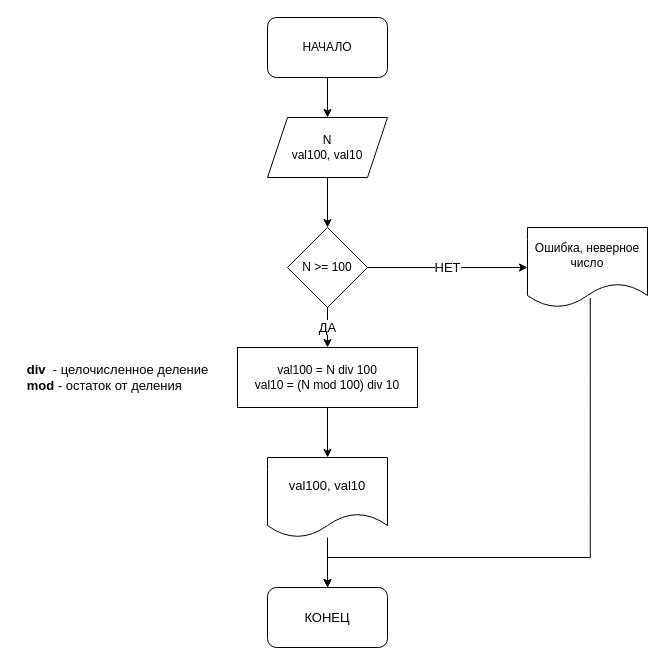
Earlier version of the draw.io diagram Algorytm/Lesson_03/Addon_task/Task_02/L3.Addon.task2.drawio (jokerjam-s/GeekBrainst). Source tidied: cells renumbered, new cells numbered last; positions are measured from the earlier drawing's top-left corner, leaving out a move shared by most shapes. Both pictures are drawn from the tidied source at 100%, with x=0, y=0 at pixel (17, 17).
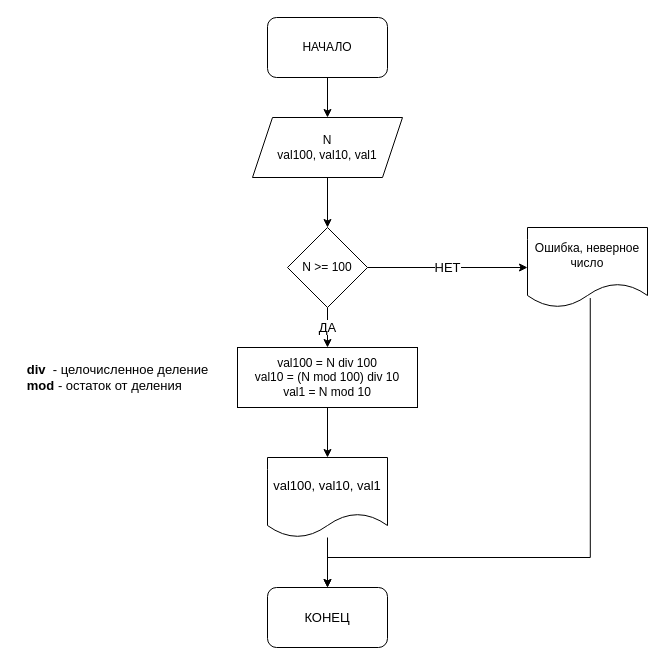
The same page after the edit.

Diff of the diagram source:
```diff
@@
 <mxGraphModel>
   <root>
     <mxCell id="0" />
     <mxCell id="1" parent="0" />
     <mxCell id="2" style="edgeStyle=orthogonalEdgeStyle;rounded=0;jettySize=auto;html=1;exitX=0.5;exitY=1;exitDx=0;exitDy=0;entryX=0.5;entryY=0;entryDx=0;entryDy=0;fontSize=13;" parent="1" edge="1" source="3" target="5">
       <mxGeometry relative="1" as="geometry" />
     </mxCell>
     <mxCell id="3" value="НАЧАЛО" style="rounded=1;whiteSpace=wrap;html=1;" parent="1" vertex="1">
       <mxGeometry x="250" width="120" height="60" as="geometry" />
     </mxCell>
     <mxCell id="4" style="edgeStyle=orthogonalEdgeStyle;rounded=0;jettySize=auto;html=1;exitX=0.5;exitY=1;exitDx=0;exitDy=0;entryX=0.5;entryY=0;entryDx=0;entryDy=0;fontSize=13;" parent="1" edge="1" source="5" target="8">
       <mxGeometry relative="1" as="geometry" />
     </mxCell>
-    <mxCell id="5" value="N&lt;br&gt;val100, val10" style="shape=parallelogram;perimeter=parallelogramPerimeter;whiteSpace=wrap;html=1;fixedSize=1;" parent="1" vertex="1">
-      <mxGeometry x="250" y="100" width="120" height="60" as="geometry" />
+    <mxCell id="5" value="N&lt;br&gt;val100, val10, val1" style="shape=parallelogram;perimeter=parallelogramPerimeter;whiteSpace=wrap;html=1;fixedSize=1;" parent="1" vertex="1">
+      <mxGeometry x="235" y="100" width="150" height="60" as="geometry" />
     </mxCell>
     <mxCell id="6" value="НЕТ" style="edgeStyle=orthogonalEdgeStyle;rounded=0;jettySize=auto;html=1;exitX=1;exitY=0.5;exitDx=0;exitDy=0;entryX=0;entryY=0.5;entryDx=0;entryDy=0;fontSize=13;" parent="1" edge="1" source="8" target="9">
       <mxGeometry relative="1" as="geometry" />
     </mxCell>
     <mxCell id="7" value="ДА" style="edgeStyle=orthogonalEdgeStyle;rounded=0;jettySize=auto;html=1;exitX=0.5;exitY=1;exitDx=0;exitDy=0;entryX=0.5;entryY=0;entryDx=0;entryDy=0;fontSize=13;" parent="1" edge="1" source="8" target="11">
       <mxGeometry relative="1" as="geometry" />
     </mxCell>
     <mxCell id="8" value="N &amp;gt;= 100" style="rhombus;whiteSpace=wrap;html=1;" parent="1" vertex="1">
       <mxGeometry x="270" y="210" width="80" height="80" as="geometry" />
     </mxCell>
     <mxCell id="9" value="Ошибка, неверное число" style="shape=document;whiteSpace=wrap;html=1;boundedLbl=1;" parent="1" vertex="1">
       <mxGeometry x="510" y="210" width="120" height="80" as="geometry" />
     </mxCell>
     <mxCell id="10" style="edgeStyle=orthogonalEdgeStyle;rounded=0;jettySize=auto;html=1;exitX=0.5;exitY=1;exitDx=0;exitDy=0;entryX=0.5;entryY=0;entryDx=0;entryDy=0;fontSize=13;" parent="1" edge="1" source="11" target="15">
       <mxGeometry relative="1" as="geometry" />
     </mxCell>
-    <mxCell id="11" value="val100 = N div 100&lt;br&gt;val10 = (N mod 100) div 10" style="rounded=0;whiteSpace=wrap;html=1;" parent="1" vertex="1">
+    <mxCell id="11" value="val100 = N div 100&lt;br&gt;val10 = (N mod 100) div 10&lt;br&gt;val1 = N mod 10" style="rounded=0;whiteSpace=wrap;html=1;" parent="1" vertex="1">
       <mxGeometry x="220" y="330" width="180" height="60" as="geometry" />
     </mxCell>
     <mxCell id="12" value="&lt;b style=&quot;font-size: 13px;&quot;&gt;div&lt;/b&gt;&amp;nbsp; - целочисленное деление&lt;br style=&quot;font-size: 13px;&quot;&gt;&lt;div style=&quot;text-align: left; font-size: 13px;&quot;&gt;&lt;span style=&quot;font-size: 13px;&quot;&gt;&lt;b style=&quot;font-size: 13px;&quot;&gt;mod&lt;/b&gt; - остаток от деления&lt;/span&gt;&lt;/div&gt;" style="text;html=1;align=center;verticalAlign=middle;fillColor=none;strokeColor=none;rounded=0;fontSize=13;" parent="1" vertex="1">
       <mxGeometry y="340" width="200" height="40" as="geometry" />
     </mxCell>
     <mxCell id="13" style="edgeStyle=orthogonalEdgeStyle;rounded=0;jettySize=auto;html=1;entryX=0.5;entryY=0;entryDx=0;entryDy=0;fontSize=13;exitX=0.523;exitY=0.882;exitDx=0;exitDy=0;exitPerimeter=0;" parent="1" edge="1" source="9" target="16">
       <mxGeometry relative="1" as="geometry">
         <Array as="points">
           <mxPoint x="573" y="540" />
           <mxPoint x="310" y="540" />
         </Array>
       </mxGeometry>
     </mxCell>
     <mxCell id="14" style="edgeStyle=orthogonalEdgeStyle;rounded=0;jettySize=auto;html=1;entryX=0.5;entryY=0;entryDx=0;entryDy=0;fontSize=13;" parent="1" edge="1" source="15" target="16">
       <mxGeometry relative="1" as="geometry" />
     </mxCell>
-    <mxCell id="15" value="val100, val10" style="shape=document;whiteSpace=wrap;html=1;boundedLbl=1;fontSize=13;" parent="1" vertex="1">
+    <mxCell id="15" value="val100, val10, val1" style="shape=document;whiteSpace=wrap;html=1;boundedLbl=1;fontSize=13;" parent="1" vertex="1">
       <mxGeometry x="250" y="440" width="120" height="80" as="geometry" />
     </mxCell>
     <mxCell id="16" value="КОНЕЦ" style="rounded=1;whiteSpace=wrap;html=1;fontSize=13;" parent="1" vertex="1">
       <mxGeometry x="250" y="570" width="120" height="60" as="geometry" />
     </mxCell>
   </root>
 </mxGraphModel>
```
